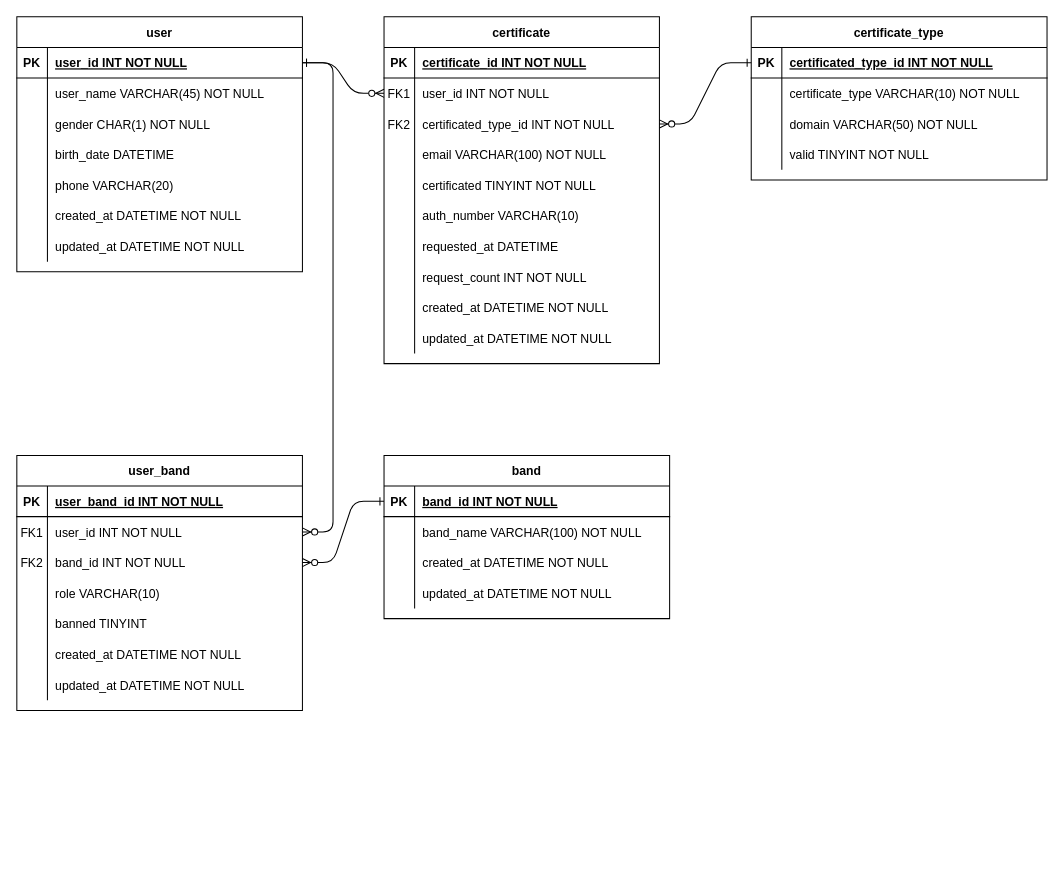
The draw.io diagram ERD.drawio in Peer-Band/Peer-Band-DB, before the edit. Source tidied: cells renumbered, new cells numbered last; positions are measured from the earlier drawing's top-left corner, leaving out a move shared by most shapes. Both pictures are drawn from the tidied source at 102%, with x=0, y=0 at pixel (16, 16).
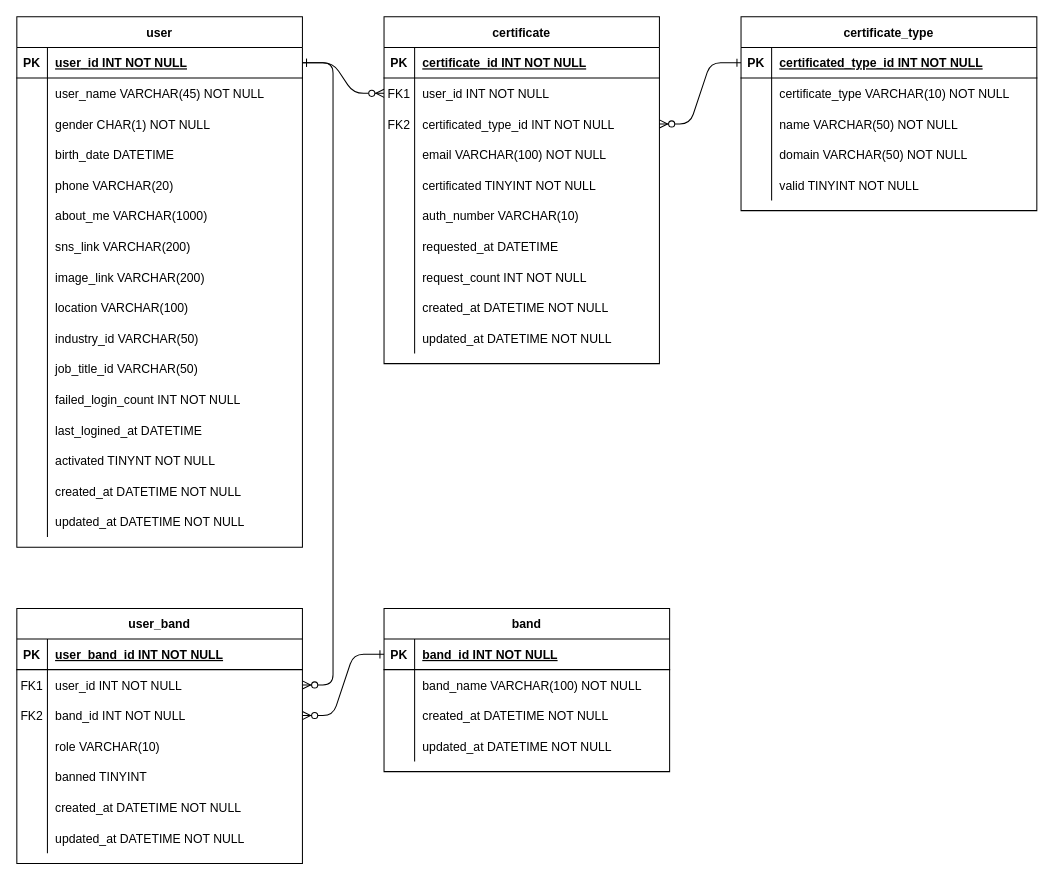
The same page after the edit.

The edit, as a diff of the source:
```diff
@@
     <mxCell id="34" value="certificate_type" style="shape=table;startSize=30;childLayout=tableLayout;rowLines=0;fontStyle=1;align=center;" parent="1" vertex="1">
-      <mxGeometry x="720" width="290" height="160" as="geometry" />
+      <mxGeometry x="710" width="290" height="190" as="geometry" />
     </mxCell>
@@
+    <mxCell id="107" style="shape=partialRectangle;fillColor=none;top=0;left=0;right=0;bottom=0;" parent="34" vertex="1">
+      <mxGeometry y="90" width="290" height="30" as="geometry" />
+    </mxCell>
+    <mxCell id="108" style="shape=partialRectangle;overflow=hidden;fillColor=none;top=0;left=0;bottom=0;right=0;" parent="107" vertex="1">
+      <mxGeometry width="30" height="30" as="geometry" />
+    </mxCell>
+    <mxCell id="109" value="name VARCHAR(50) NOT NULL" style="shape=partialRectangle;overflow=hidden;fillColor=none;top=0;left=0;bottom=0;right=0;align=left;spacingLeft=6;" parent="107" vertex="1">
+      <mxGeometry x="30" width="260" height="30" as="geometry" />
+    </mxCell>
     <mxCell id="41" style="shape=partialRectangle;fillColor=none;top=0;left=0;right=0;bottom=0;" parent="34" vertex="1">
-      <mxGeometry y="90" width="290" height="30" as="geometry" />
+      <mxGeometry y="120" width="290" height="30" as="geometry" />
     </mxCell>
@@
     <mxCell id="44" style="shape=partialRectangle;fillColor=none;top=0;left=0;right=0;bottom=0;" parent="34" vertex="1">
-      <mxGeometry y="120" width="290" height="30" as="geometry" />
+      <mxGeometry y="150" width="290" height="30" as="geometry" />
     </mxCell>
@@
     <mxCell id="47" value="user" style="shape=table;startSize=30;childLayout=tableLayout;rowLines=0;fontStyle=1;align=center;" parent="1" vertex="1">
-      <mxGeometry width="280" height="250" as="geometry" />
+      <mxGeometry width="280" height="520" as="geometry" />
     </mxCell>
@@
+    <mxCell id="110" style="shape=partialRectangle;fillColor=none;top=0;left=0;right=0;bottom=0;" parent="47" vertex="1">
+      <mxGeometry y="180" width="280" height="30" as="geometry" />
+    </mxCell>
+    <mxCell id="111" style="shape=partialRectangle;overflow=hidden;fillColor=none;top=0;left=0;bottom=0;right=0;" parent="110" vertex="1">
+      <mxGeometry width="30" height="30" as="geometry" />
+    </mxCell>
+    <mxCell id="112" value="about_me VARCHAR(1000)" style="shape=partialRectangle;overflow=hidden;fillColor=none;top=0;left=0;bottom=0;right=0;align=left;spacingLeft=6;" parent="110" vertex="1">
+      <mxGeometry x="30" width="250" height="30" as="geometry" />
+    </mxCell>
+    <mxCell id="113" style="shape=partialRectangle;fillColor=none;top=0;left=0;right=0;bottom=0;" parent="47" vertex="1">
+      <mxGeometry y="210" width="280" height="30" as="geometry" />
+    </mxCell>
+    <mxCell id="114" style="shape=partialRectangle;overflow=hidden;fillColor=none;top=0;left=0;bottom=0;right=0;" parent="113" vertex="1">
+      <mxGeometry width="30" height="30" as="geometry" />
+    </mxCell>
+    <mxCell id="115" value="sns_link VARCHAR(200)" style="shape=partialRectangle;overflow=hidden;fillColor=none;top=0;left=0;bottom=0;right=0;align=left;spacingLeft=6;" parent="113" vertex="1">
+      <mxGeometry x="30" width="250" height="30" as="geometry" />
+    </mxCell>
+    <mxCell id="116" style="shape=partialRectangle;fillColor=none;top=0;left=0;right=0;bottom=0;" parent="47" vertex="1">
+      <mxGeometry y="240" width="280" height="30" as="geometry" />
+    </mxCell>
+    <mxCell id="117" style="shape=partialRectangle;overflow=hidden;fillColor=none;top=0;left=0;bottom=0;right=0;" parent="116" vertex="1">
+      <mxGeometry width="30" height="30" as="geometry" />
+    </mxCell>
+    <mxCell id="118" value="image_link VARCHAR(200)" style="shape=partialRectangle;overflow=hidden;fillColor=none;top=0;left=0;bottom=0;right=0;align=left;spacingLeft=6;" parent="116" vertex="1">
+      <mxGeometry x="30" width="250" height="30" as="geometry" />
+    </mxCell>
+    <mxCell id="119" style="shape=partialRectangle;fillColor=none;top=0;left=0;right=0;bottom=0;" parent="47" vertex="1">
+      <mxGeometry y="270" width="280" height="30" as="geometry" />
+    </mxCell>
+    <mxCell id="120" style="shape=partialRectangle;overflow=hidden;fillColor=none;top=0;left=0;bottom=0;right=0;" parent="119" vertex="1">
+      <mxGeometry width="30" height="30" as="geometry" />
+    </mxCell>
+    <mxCell id="121" value="location VARCHAR(100)" style="shape=partialRectangle;overflow=hidden;fillColor=none;top=0;left=0;bottom=0;right=0;align=left;spacingLeft=6;" parent="119" vertex="1">
+      <mxGeometry x="30" width="250" height="30" as="geometry" />
+    </mxCell>
+    <mxCell id="122" style="shape=partialRectangle;fillColor=none;top=0;left=0;right=0;bottom=0;" parent="47" vertex="1">
+      <mxGeometry y="300" width="280" height="30" as="geometry" />
+    </mxCell>
+    <mxCell id="123" style="shape=partialRectangle;overflow=hidden;fillColor=none;top=0;left=0;bottom=0;right=0;" parent="122" vertex="1">
+      <mxGeometry width="30" height="30" as="geometry" />
+    </mxCell>
+    <mxCell id="124" value="industry_id VARCHAR(50)" style="shape=partialRectangle;overflow=hidden;fillColor=none;top=0;left=0;bottom=0;right=0;align=left;spacingLeft=6;" parent="122" vertex="1">
+      <mxGeometry x="30" width="250" height="30" as="geometry" />
+    </mxCell>
+    <mxCell id="125" style="shape=partialRectangle;fillColor=none;top=0;left=0;right=0;bottom=0;" parent="47" vertex="1">
+      <mxGeometry y="330" width="280" height="30" as="geometry" />
+    </mxCell>
+    <mxCell id="126" style="shape=partialRectangle;overflow=hidden;fillColor=none;top=0;left=0;bottom=0;right=0;" parent="125" vertex="1">
+      <mxGeometry width="30" height="30" as="geometry" />
+    </mxCell>
+    <mxCell id="127" value="job_title_id VARCHAR(50)" style="shape=partialRectangle;overflow=hidden;fillColor=none;top=0;left=0;bottom=0;right=0;align=left;spacingLeft=6;" parent="125" vertex="1">
+      <mxGeometry x="30" width="250" height="30" as="geometry" />
+    </mxCell>
+    <mxCell id="128" style="shape=partialRectangle;fillColor=none;top=0;left=0;right=0;bottom=0;" parent="47" vertex="1">
+      <mxGeometry y="360" width="280" height="30" as="geometry" />
+    </mxCell>
+    <mxCell id="129" style="shape=partialRectangle;overflow=hidden;fillColor=none;top=0;left=0;bottom=0;right=0;" parent="128" vertex="1">
+      <mxGeometry width="30" height="30" as="geometry" />
+    </mxCell>
+    <mxCell id="130" value="failed_login_count INT NOT NULL" style="shape=partialRectangle;overflow=hidden;fillColor=none;top=0;left=0;bottom=0;right=0;align=left;spacingLeft=6;" parent="128" vertex="1">
+      <mxGeometry x="30" width="250" height="30" as="geometry" />
+    </mxCell>
+    <mxCell id="131" style="shape=partialRectangle;fillColor=none;top=0;left=0;right=0;bottom=0;" parent="47" vertex="1">
+      <mxGeometry y="390" width="280" height="30" as="geometry" />
+    </mxCell>
+    <mxCell id="132" style="shape=partialRectangle;overflow=hidden;fillColor=none;top=0;left=0;bottom=0;right=0;" parent="131" vertex="1">
+      <mxGeometry width="30" height="30" as="geometry" />
+    </mxCell>
+    <mxCell id="133" value="last_logined_at DATETIME" style="shape=partialRectangle;overflow=hidden;fillColor=none;top=0;left=0;bottom=0;right=0;align=left;spacingLeft=6;" parent="131" vertex="1">
+      <mxGeometry x="30" width="250" height="30" as="geometry" />
+    </mxCell>
+    <mxCell id="134" style="shape=partialRectangle;fillColor=none;top=0;left=0;right=0;bottom=0;" parent="47" vertex="1">
+      <mxGeometry y="420" width="280" height="30" as="geometry" />
+    </mxCell>
+    <mxCell id="135" style="shape=partialRectangle;overflow=hidden;fillColor=none;top=0;left=0;bottom=0;right=0;" parent="134" vertex="1">
+      <mxGeometry width="30" height="30" as="geometry" />
+    </mxCell>
+    <mxCell id="136" value="activated TINYNT NOT NULL" style="shape=partialRectangle;overflow=hidden;fillColor=none;top=0;left=0;bottom=0;right=0;align=left;spacingLeft=6;" parent="134" vertex="1">
+      <mxGeometry x="30" width="250" height="30" as="geometry" />
+    </mxCell>
     <mxCell id="63" style="shape=partialRectangle;fillColor=none;top=0;left=0;right=0;bottom=0;" parent="47" vertex="1">
-      <mxGeometry y="180" width="280" height="30" as="geometry" />
+      <mxGeometry y="450" width="280" height="30" as="geometry" />
     </mxCell>
@@
     <mxCell id="66" style="shape=partialRectangle;fillColor=none;top=0;left=0;right=0;bottom=0;" parent="47" vertex="1">
-      <mxGeometry y="210" width="280" height="30" as="geometry" />
+      <mxGeometry y="480" width="280" height="30" as="geometry" />
     </mxCell>
@@
     <mxCell id="70" value="user_band" style="shape=table;startSize=30;childLayout=tableLayout;rowLines=0;fontStyle=1;align=center;" parent="1" vertex="1">
-      <mxGeometry y="430" width="280" height="250" as="geometry" />
+      <mxGeometry y="580" width="280" height="250" as="geometry" />
     </mxCell>
@@
     <mxCell id="92" value="band" style="shape=table;startSize=30;childLayout=tableLayout;rowLines=0;fontStyle=1;align=center;" parent="1" vertex="1">
-      <mxGeometry x="360" y="430" width="280" height="160" as="geometry" />
+      <mxGeometry x="360" y="580" width="280" height="160" as="geometry" />
     </mxCell>
```
